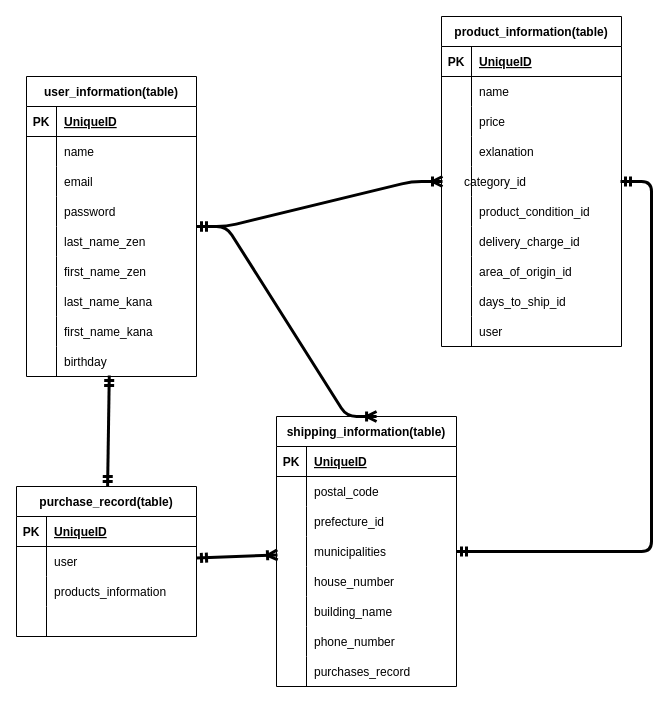
Before: furima.dio in nemuo1208/furima-40138, a draw.io diagram. Source tidied: cells renumbered, new cells numbered last; positions are measured from the earlier drawing's top-left corner, leaving out a move shared by most shapes. Both pictures are drawn from the tidied source at 100%, with x=0, y=0 at pixel (16, 16).
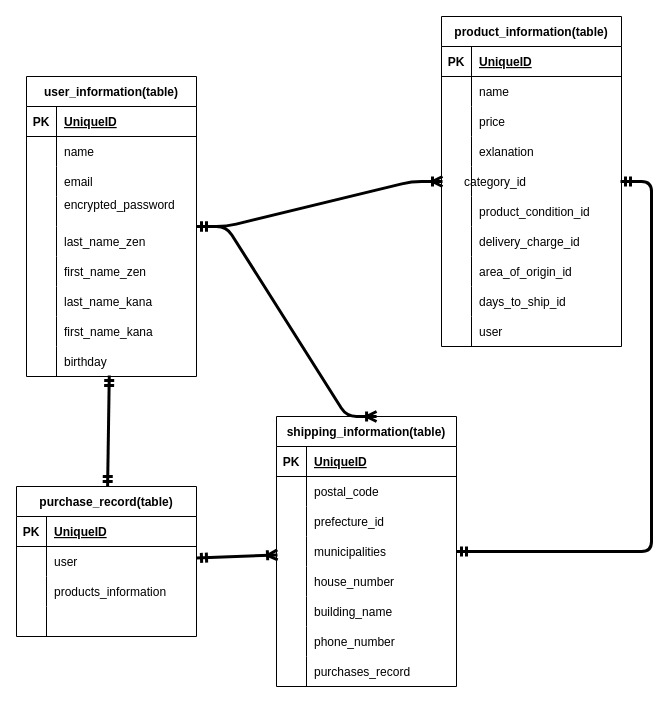
After the change.

Commit message (it also covers changes not shown here):
データーベース6

The change refers to these unchanged cells:
```xml
<mxCell id="12" style="shape=tableRow;horizontal=0;startSize=0;swimlaneHead=0;swimlaneBody=0;fillColor=none;top=0;left=0;right=0;bottom=0;" parent="2" vertex="1">
  <mxGeometry y="120" width="170" height="30" as="geometry" />
</mxCell>
```

The edit, as a diff of the source:
```diff
@@
-    <mxCell id="14" value="password" style="shape=partialRectangle;fillColor=none;top=0;left=0;bottom=0;right=0;align=left;spacingLeft=6;overflow=hidden;" parent="12" vertex="1">
+    <mxCell id="14" value="encrypted_password&#10;" style="shape=partialRectangle;fillColor=none;top=0;left=0;bottom=0;right=0;align=left;spacingLeft=6;overflow=hidden;" parent="12" vertex="1">
       <mxGeometry x="30" width="140" height="30" as="geometry" />
     </mxCell>
```
